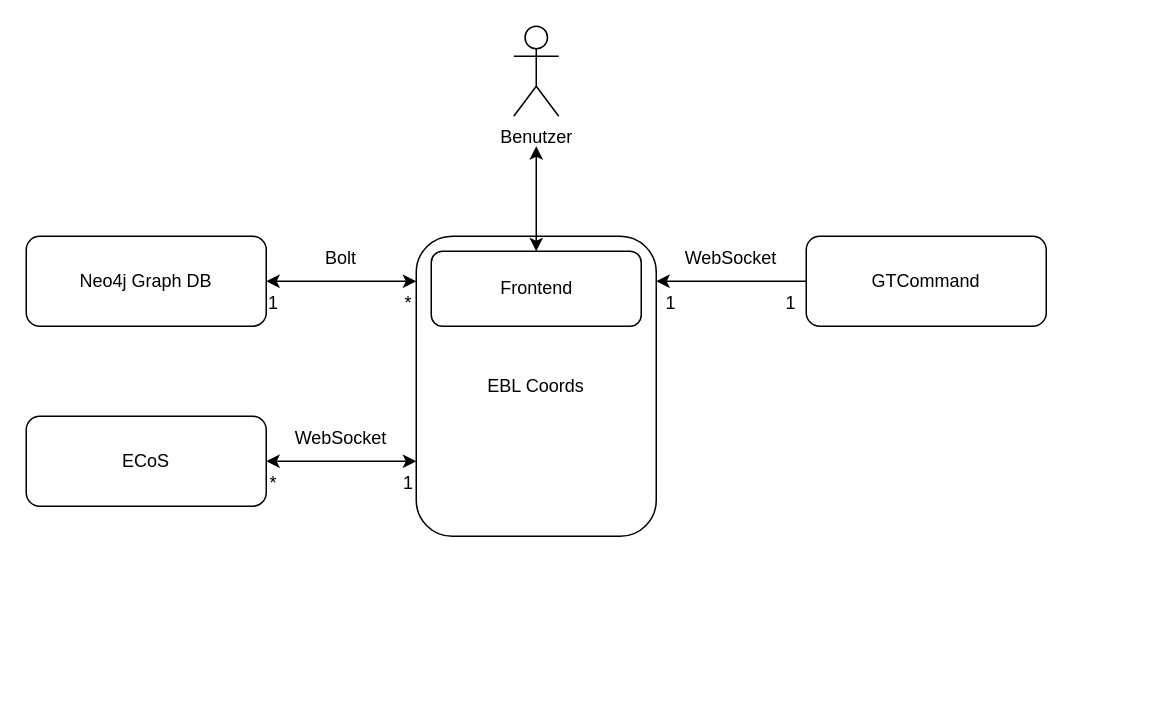
Earlier version of the draw.io diagram structural/structure_ebl_coords.drawio (pascalreiss/draw_io_stuff). Source tidied: cells renumbered, new cells numbered last; positions are measured from the earlier drawing's top-left corner, leaving out a move shared by most shapes. Both pictures are drawn from the tidied source at 150%, with x=0, y=0 at pixel (26, 26).
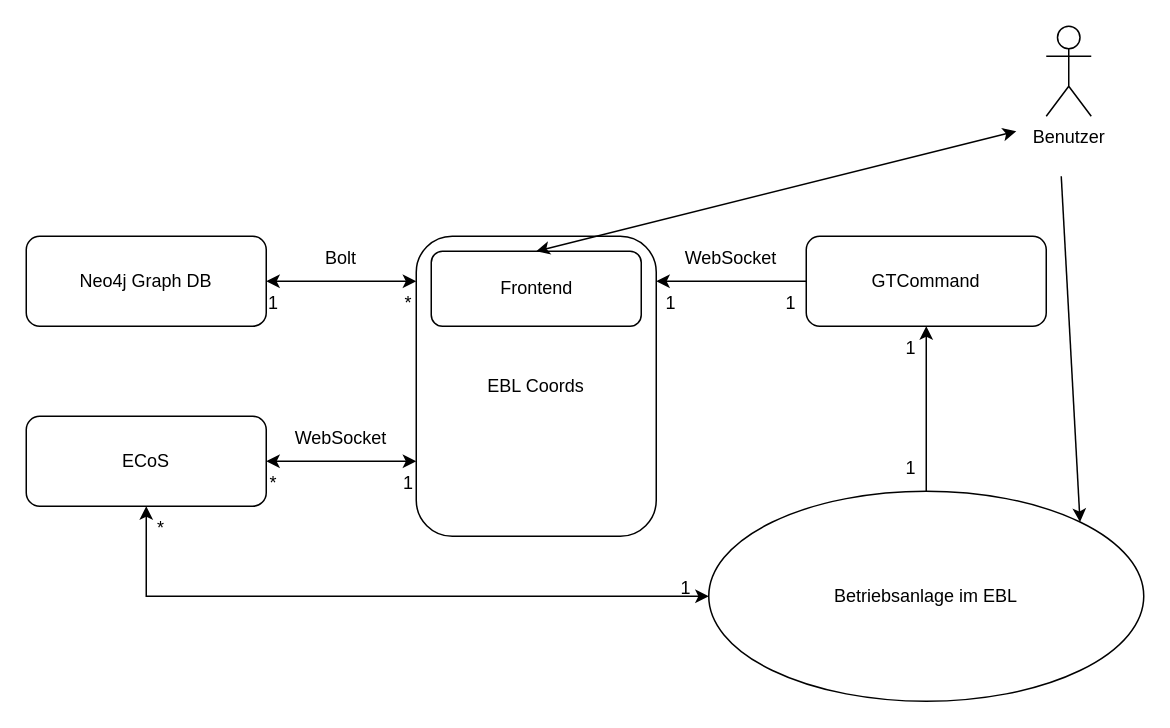
Above is the later version.

The change refers to these unchanged cells:
```xml
<mxCell id="4" style="rounded=1;whiteSpace=wrap;html=1;" parent="3" vertex="1">
  <mxGeometry width="160" height="60" as="geometry" />
</mxCell>
<mxCell id="10" style="rounded=1;whiteSpace=wrap;html=1;" parent="9" vertex="1">
  <mxGeometry width="140" height="50" as="geometry" />
</mxCell>
<mxCell id="17" style="rounded=1;whiteSpace=wrap;html=1;" parent="16" vertex="1">
  <mxGeometry width="160" height="60" as="geometry" />
</mxCell>
```

What changed in the source:
```diff
@@
     <mxCell id="21" value="Benutzer" style="shape=umlActor;verticalLabelPosition=bottom;verticalAlign=top;html=1;" parent="1" vertex="1">
-      <mxGeometry x="325" width="30" height="60" as="geometry" />
+      <mxGeometry x="680" width="30" height="60" as="geometry" />
     </mxCell>
     <mxCell id="22" style="endArrow=classic;startArrow=classic;html=1;rounded=0;entryX=0.5;entryY=0;entryDx=0;entryDy=0;" parent="1" edge="1" target="10">
       <mxGeometry relative="1" as="geometry">
-        <mxPoint x="340" y="80" as="sourcePoint" />
+        <mxPoint x="660" y="70" as="sourcePoint" />
       </mxGeometry>
     </mxCell>
@@
+    <mxCell id="29" value="Betriebsanlage im EBL" style="ellipse;whiteSpace=wrap;html=1;" parent="1" vertex="1">
+      <mxGeometry x="455" y="310" width="290" height="140" as="geometry" />
+    </mxCell>
+    <mxCell id="30" style="endArrow=classic;startArrow=classic;html=1;rounded=0;exitX=0.5;exitY=1;exitDx=0;exitDy=0;entryX=0;entryY=0.5;entryDx=0;entryDy=0;" parent="1" edge="1" source="4" target="29">
+      <mxGeometry relative="1" as="geometry">
+        <Array as="points">
+          <mxPoint x="80" y="380" />
+        </Array>
+      </mxGeometry>
+    </mxCell>
+    <mxCell id="31" style="endArrow=classic;html=1;rounded=0;entryX=0.5;entryY=1;entryDx=0;entryDy=0;exitX=0.5;exitY=0;exitDx=0;exitDy=0;" parent="1" edge="1" source="29" target="17">
+      <mxGeometry relative="1" as="geometry" />
+    </mxCell>
+    <mxCell id="32" value="1" style="text;html=1;align=center;verticalAlign=middle;whiteSpace=wrap;rounded=0;" parent="1" vertex="1">
+      <mxGeometry x="410" y="360" width="60" height="30" as="geometry" />
+    </mxCell>
+    <mxCell id="33" value="*" style="text;html=1;align=center;verticalAlign=middle;whiteSpace=wrap;rounded=0;" parent="1" vertex="1">
+      <mxGeometry x="60" y="320" width="60" height="30" as="geometry" />
+    </mxCell>
+    <mxCell id="34" value="1" style="text;html=1;align=center;verticalAlign=middle;whiteSpace=wrap;rounded=0;" parent="1" vertex="1">
+      <mxGeometry x="560" y="280" width="60" height="30" as="geometry" />
+    </mxCell>
+    <mxCell id="35" value="1" style="text;html=1;align=center;verticalAlign=middle;whiteSpace=wrap;rounded=0;" parent="1" vertex="1">
+      <mxGeometry x="560" y="200" width="60" height="30" as="geometry" />
+    </mxCell>
+    <mxCell id="36" style="endArrow=classic;html=1;rounded=0;entryX=1;entryY=0;entryDx=0;entryDy=0;" parent="1" edge="1" target="29">
+      <mxGeometry relative="1" as="geometry">
+        <mxPoint x="690" y="100" as="sourcePoint" />
+      </mxGeometry>
+    </mxCell>
```
